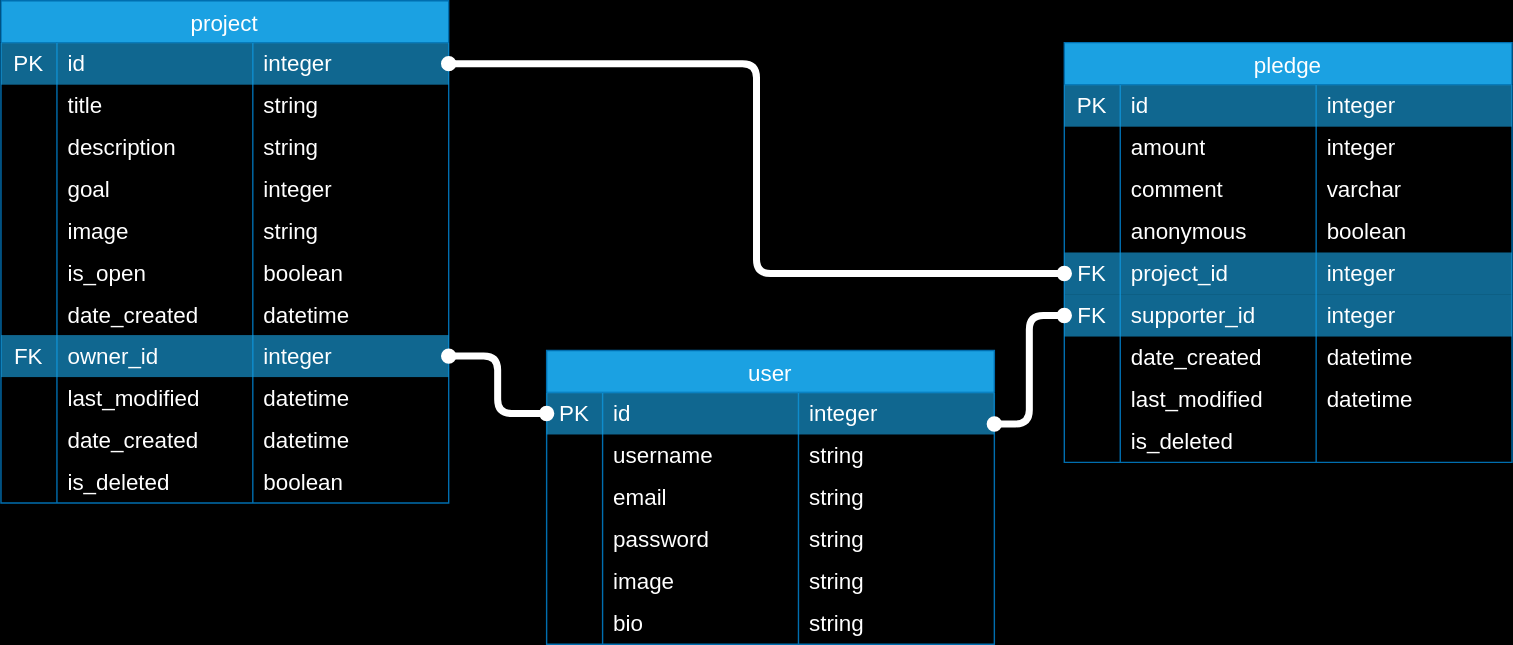
Above: images/DatabaseSchema_230905.svg in rosiemaguire/Django-crowd-funding-project (draw.io), before the change. Source tidied: cells renumbered, new cells last; positions are measured from the earlier drawing's top-left corner, leaving out a move shared by most shapes.
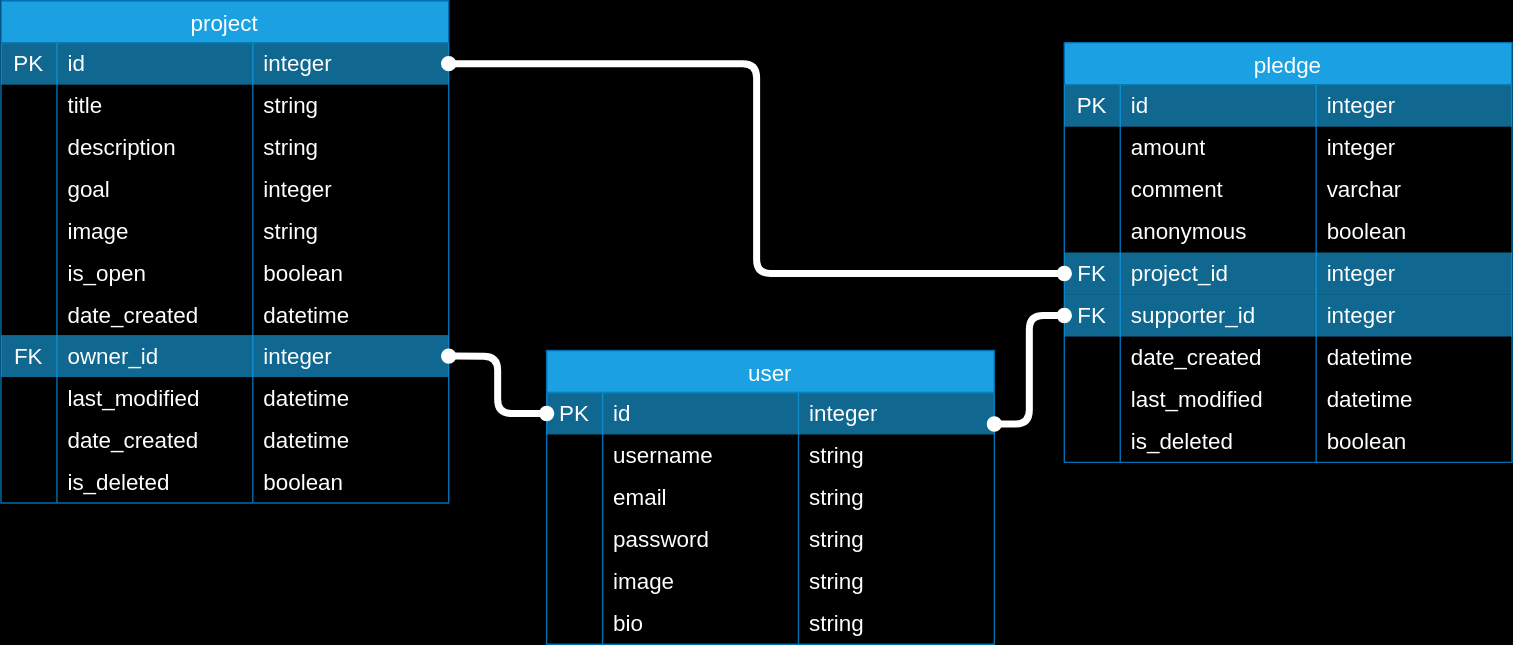
After the change.

Commit message:
[ci-skip] data types are for nerds and squares

Diff of the diagram source:
```diff
@@ -245,7 +245,7 @@
     <mxCell id="82" value="is_deleted" style="shape=partialRectangle;html=1;whiteSpace=wrap;fillColor=none;top=0;left=0;bottom=0;right=0;align=left;spacingLeft=6;overflow=hidden;strokeColor=#001DBC;fontSize=16;fontColor=#FFFFFF;opacity=40;" parent="80" vertex="1">
       <mxGeometry x="40" width="140" height="30" as="geometry" />
     </mxCell>
-    <mxCell id="83" style="shape=partialRectangle;html=1;whiteSpace=wrap;fillColor=none;top=0;left=0;bottom=0;right=0;align=left;spacingLeft=6;overflow=hidden;strokeColor=#001DBC;fontSize=16;fontColor=#FFFFFF;opacity=40;" parent="80" vertex="1">
+    <mxCell id="83" value="boolean" style="shape=partialRectangle;html=1;whiteSpace=wrap;fillColor=none;top=0;left=0;bottom=0;right=0;align=left;spacingLeft=6;overflow=hidden;strokeColor=#001DBC;fontSize=16;fontColor=#FFFFFF;opacity=40;" parent="80" vertex="1">
       <mxGeometry x="180" width="140" height="30" as="geometry" />
     </mxCell>
     <mxCell id="84" value="user" style="shape=table;startSize=30;rowLines=0;fontStyle=0;strokeColor=#006EAF;fontSize=16;fillColor=#1ba1e2;fontColor=#ffffff;" parent="1" vertex="1">
```
